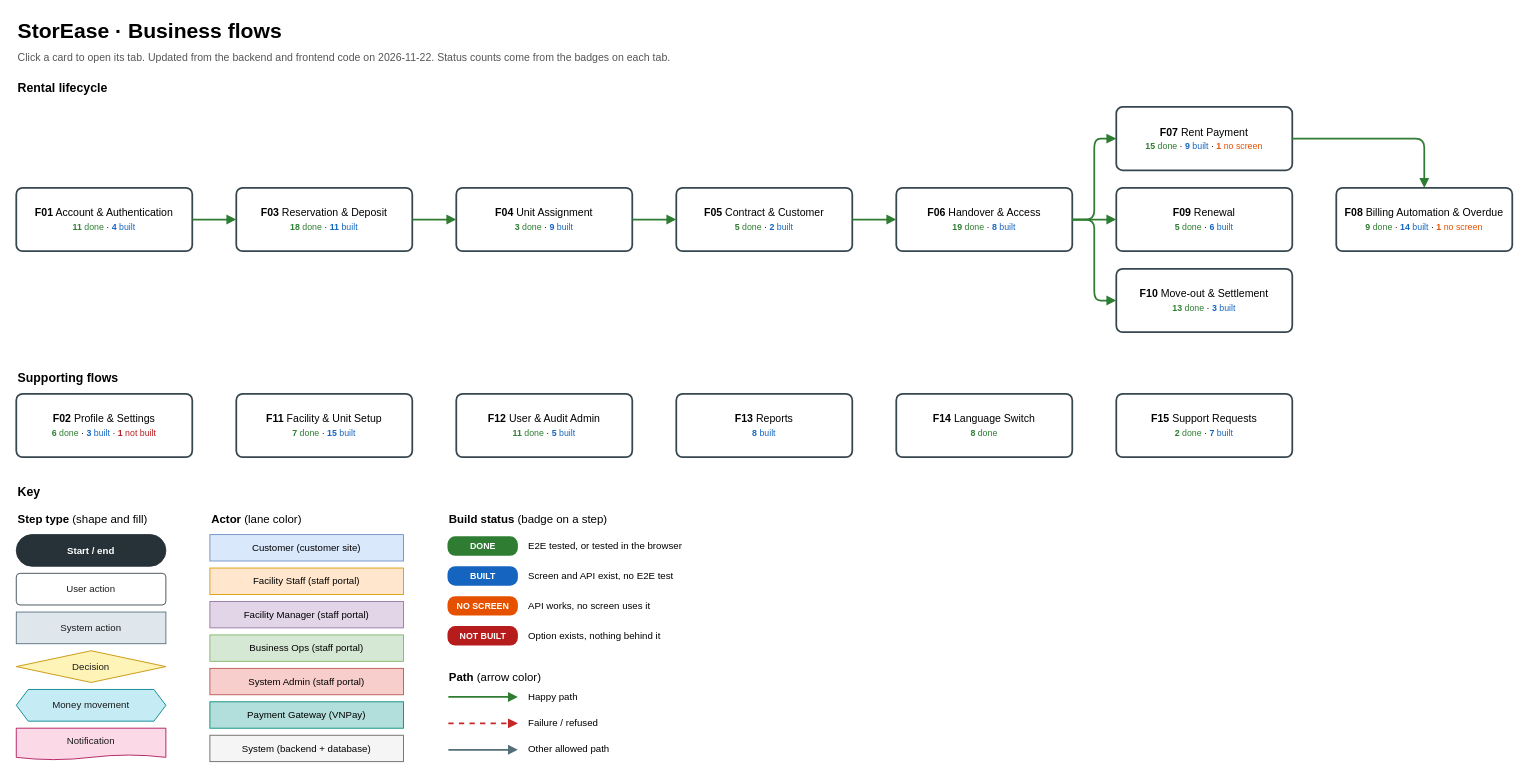
This is page "Overview" (1 of 17) of flows.drawio from MiKhangz/Self-Storage-Facility-FRONTEND, a draw.io file, before an edit. Source tidied: cells renumbered, new cells numbered last; positions are measured from the earlier drawing's top-left corner, leaving out a move shared by most shapes. Both pictures are drawn from the tidied source at 88%, with x=0, y=0 at pixel (16, 15).
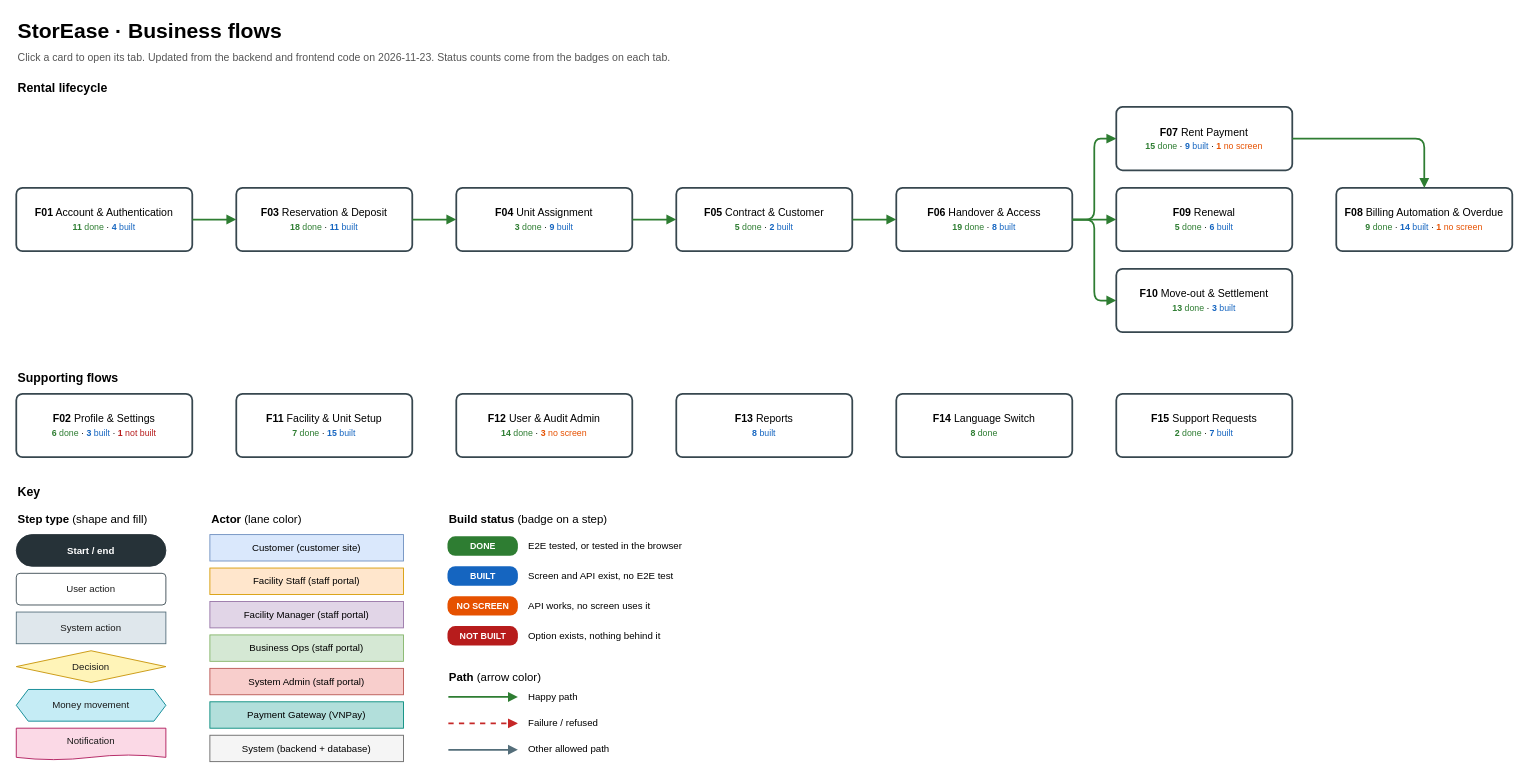
After the change.

Diff of the diagram source:
```diff
@@
-    <mxCell id="3" value="Click a card to open its tab. Updated from the backend and frontend code on 2026-11-22. Status counts come from the badges on each tab." style="text;html=1;strokeColor=none;fillColor=none;whiteSpace=wrap;align=left;verticalAlign=middle;fontSize=12;fontColor=#555555;" parent="1" vertex="1">
+    <mxCell id="3" value="Click a card to open its tab. Updated from the backend and frontend code on 2026-11-23. Status counts come from the badges on each tab." style="text;html=1;strokeColor=none;fillColor=none;whiteSpace=wrap;align=left;verticalAlign=middle;fontSize=12;fontColor=#555555;" parent="1" vertex="1">
       <mxGeometry y="36" width="1300" height="24" as="geometry" />
     </mxCell>
@@
-    <mxCell id="25" value="&lt;b&gt;F12&lt;/b&gt; User &amp; Audit Admin&lt;br&gt;&lt;font style=&quot;font-size:10px&quot;&gt;&lt;font color=&quot;#2e7d32&quot;&gt;&lt;b&gt;11&lt;/b&gt; done&lt;/font&gt; · &lt;font color=&quot;#1565c0&quot;&gt;&lt;b&gt;5&lt;/b&gt; built&lt;/font&gt;&lt;/font&gt;" style="rounded=1;arcSize=10;html=1;whiteSpace=wrap;fontSize=12;fillColor=#ffffff;strokeColor=#37474f;strokeWidth=2;" parent="1" vertex="1">
+    <mxCell id="25" value="&lt;b&gt;F12&lt;/b&gt; User &amp; Audit Admin&lt;br&gt;&lt;font style=&quot;font-size:10px&quot;&gt;&lt;font color=&quot;#2e7d32&quot;&gt;&lt;b&gt;14&lt;/b&gt; done&lt;/font&gt; · &lt;font color=&quot;#e65100&quot;&gt;&lt;b&gt;3&lt;/b&gt; no screen&lt;/font&gt;&lt;/font&gt;" style="rounded=1;arcSize=10;html=1;whiteSpace=wrap;fontSize=12;fillColor=#ffffff;strokeColor=#37474f;strokeWidth=2;" parent="1" vertex="1">
       <mxGeometry x="500" y="430" width="200" height="72" as="geometry" />
     </mxCell>
```
